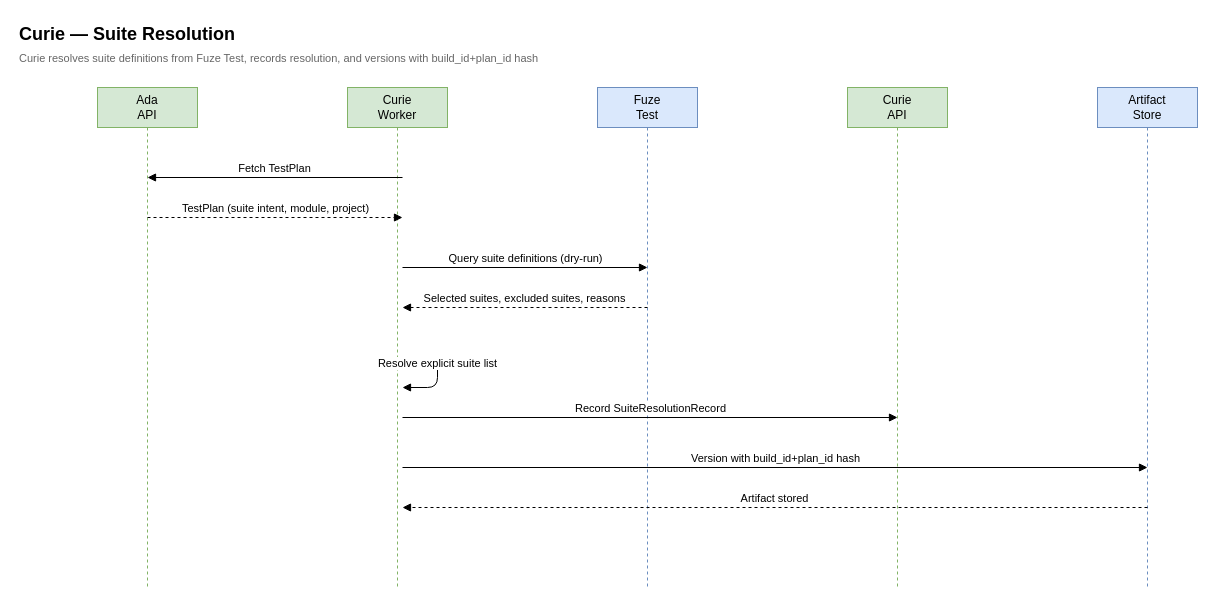
Above: page "Suite Resolution" (2 of 2) of docs/diagrams/workforce/CURIE_SEQUENCE.drawio in jmac-cornelis/agent-workforce (draw.io), before the change. Source tidied: cells renumbered, new cells numbered last; positions are measured from the earlier drawing's top-left corner, leaving out a move shared by most shapes. Both pictures are drawn from the tidied source at 100%, with x=0, y=0 at pixel (17, 17).
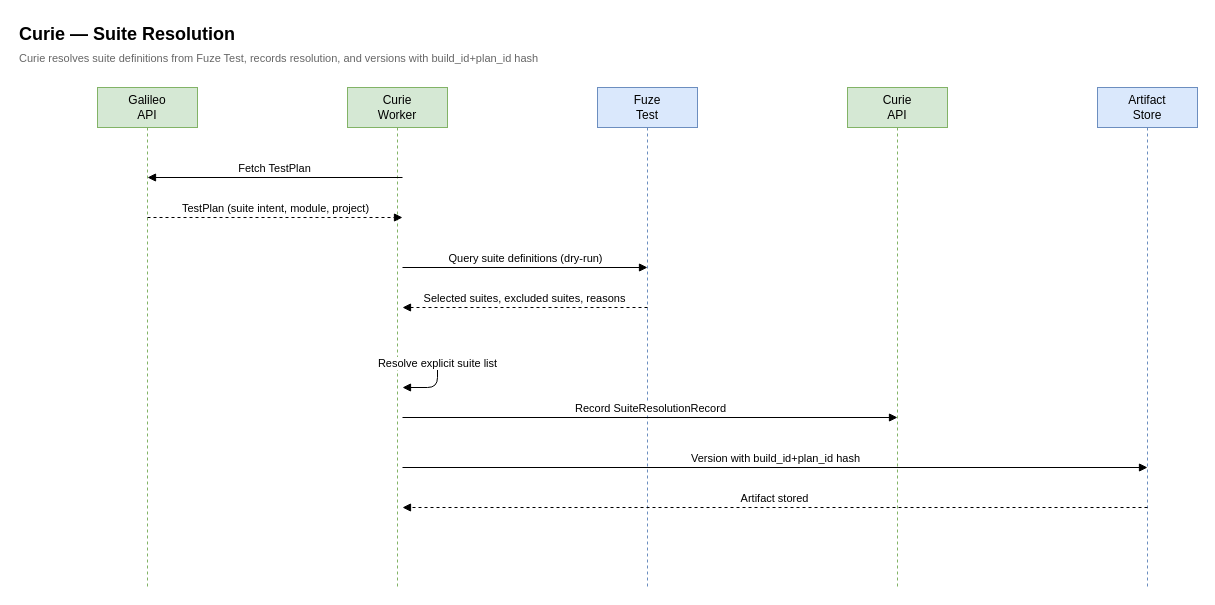
Above is the later version.

What changed in the source:
```diff
@@
-    <mxCell id="4" value="Ada&#10;API" style="shape=umlLifeline;perimeter=lifelinePerimeter;whiteSpace=wrap;html=1;size=40;fillColor=#d5e8d4;strokeColor=#82b366;" parent="1" vertex="1">
+    <mxCell id="4" value="Galileo&#10;API" style="shape=umlLifeline;perimeter=lifelinePerimeter;whiteSpace=wrap;html=1;size=40;fillColor=#d5e8d4;strokeColor=#82b366;" parent="1" vertex="1">
       <mxGeometry x="80" y="70" width="100" height="500" as="geometry" />
     </mxCell>
```
